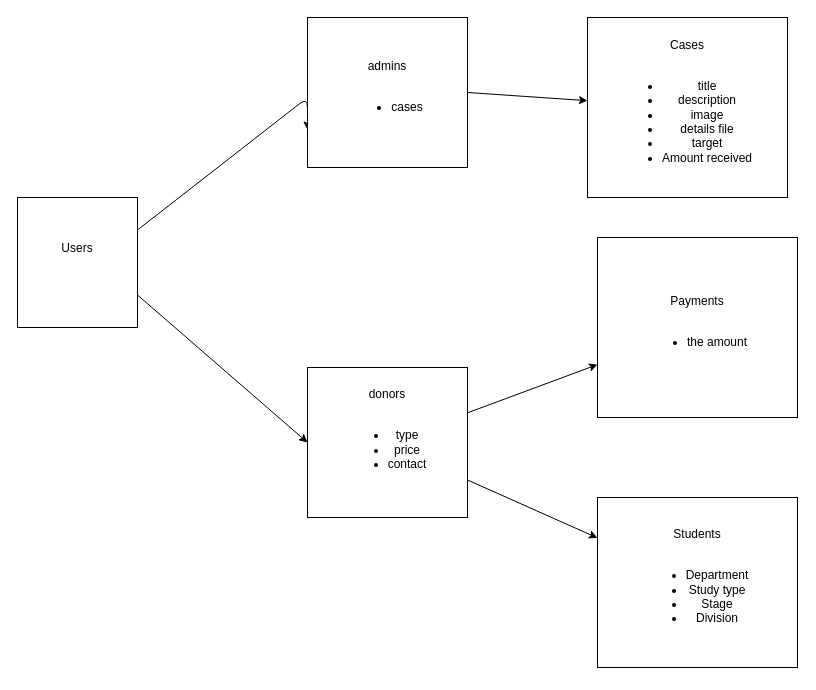
Before: db_draw/main.drawio in Gruce/abdulkareem-for-charity, a draw.io diagram. Source tidied: cells renumbered, new cells numbered last; positions are measured from the earlier drawing's top-left corner, leaving out a move shared by most shapes. Both pictures are drawn from the tidied source at 100%, with x=0, y=0 at pixel (17, 17).
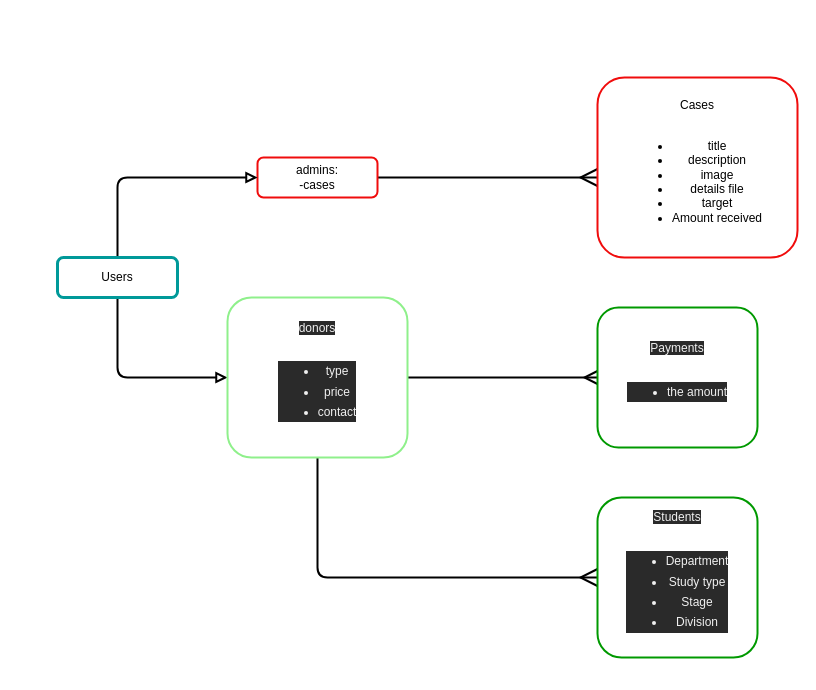
The same diagram, later.

The edit, as a diff of the source:
```diff
@@
 <mxGraphModel>
   <root>
     <mxCell id="0" />
     <mxCell id="1" parent="0" />
-    <mxCell id="2" style="edgeStyle=none;html=1;exitX=1;exitY=0.25;exitDx=0;exitDy=0;entryX=0;entryY=0.75;entryDx=0;entryDy=0;" parent="1" edge="1" source="4" target="9">
-      <mxGeometry relative="1" as="geometry">
-        <Array as="points">
-          <mxPoint x="290" y="80" />
-        </Array>
-      </mxGeometry>
-    </mxCell>
+    <mxCell id="13" style="edgeStyle=none;html=1;exitX=1;exitY=0.5;exitDx=0;exitDy=0;strokeWidth=2;endArrow=ERmany;endFill=0;endSize=14;" parent="1" edge="1" source="14">
+      <mxGeometry relative="1" as="geometry">
+        <mxPoint x="580" y="160" as="targetPoint" />
+      </mxGeometry>
+    </mxCell>
+    <mxCell id="14" value="&lt;span&gt;admins:&lt;br&gt;&lt;/span&gt;&lt;span&gt;-cases&lt;/span&gt;&lt;span&gt;&lt;br&gt;&lt;/span&gt;" style="rounded=1;whiteSpace=wrap;html=1;strokeColor=#F00C0C;strokeWidth=2;" parent="1" vertex="1">
+      <mxGeometry x="240" y="140" width="120" height="40" as="geometry" />
+    </mxCell>
+    <mxCell id="15" style="edgeStyle=none;html=1;exitX=0.5;exitY=0;exitDx=0;exitDy=0;entryX=0;entryY=0.5;entryDx=0;entryDy=0;strokeWidth=2;endArrow=block;endFill=0;endSize=7;" parent="1" edge="1" source="4" target="14">
+      <mxGeometry relative="1" as="geometry">
+        <Array as="points">
+          <mxPoint x="100" y="160" />
+        </Array>
+      </mxGeometry>
+    </mxCell>
-    <mxCell id="3" style="edgeStyle=none;html=1;exitX=1;exitY=0.75;exitDx=0;exitDy=0;entryX=0;entryY=0.5;entryDx=0;entryDy=0;" parent="1" edge="1" source="4" target="7">
-      <mxGeometry relative="1" as="geometry" />
+    <mxCell id="3" style="edgeStyle=none;html=1;exitX=0.5;exitY=1;exitDx=0;exitDy=0;entryX=0;entryY=0.5;entryDx=0;entryDy=0;strokeWidth=2;endArrow=block;endFill=0;endSize=7;" parent="1" edge="1" source="4" target="7">
+      <mxGeometry relative="1" as="geometry">
+        <Array as="points">
+          <mxPoint x="100" y="360" />
+        </Array>
+      </mxGeometry>
     </mxCell>
-    <mxCell id="4" value="Users&lt;br&gt;&lt;br&gt;&amp;nbsp;" style="whiteSpace=wrap;html=1;" parent="1" vertex="1">
-      <mxGeometry y="180" width="120" height="130" as="geometry" />
+    <mxCell id="4" value="Users" style="rounded=1;whiteSpace=wrap;html=1;strokeWidth=3;strokeColor=#009999;" parent="1" vertex="1">
+      <mxGeometry x="40" y="240" width="120" height="40" as="geometry" />
     </mxCell>
+    <mxCell id="11" value="&lt;span&gt;Cases&lt;/span&gt;&lt;br&gt;&lt;br&gt;&lt;ul&gt;&lt;li&gt;title&lt;/li&gt;&lt;li&gt;description&lt;/li&gt;&lt;li&gt;image&lt;/li&gt;&lt;li&gt;details file&lt;/li&gt;&lt;li&gt;target&lt;/li&gt;&lt;li&gt;Amount received&lt;/li&gt;&lt;/ul&gt;" style="rounded=1;whiteSpace=wrap;html=1;strokeWidth=2;strokeColor=#F00C0C;" parent="1" vertex="1">
+      <mxGeometry x="580" y="60" width="200" height="180" as="geometry" />
+    </mxCell>
+    <mxCell id="6" style="edgeStyle=none;html=1;exitX=0.5;exitY=1;exitDx=0;exitDy=0;entryX=0;entryY=0.5;entryDx=0;entryDy=0;strokeWidth=2;endArrow=ERmany;endFill=0;endSize=14;" parent="1" edge="1" source="7" target="10">
+      <mxGeometry relative="1" as="geometry">
+        <Array as="points">
+          <mxPoint x="300" y="560" />
+        </Array>
+      </mxGeometry>
+    </mxCell>
-    <mxCell id="5" style="edgeStyle=none;html=1;" parent="1" edge="1" source="7" target="12">
+    <mxCell id="5" style="edgeStyle=none;html=1;exitX=1;exitY=0.5;exitDx=0;exitDy=0;entryX=0;entryY=0.5;entryDx=0;entryDy=0;strokeWidth=2;endArrow=ERmany;endFill=0;endSize=10;" parent="1" edge="1" source="7" target="12">
       <mxGeometry relative="1" as="geometry" />
     </mxCell>
-    <mxCell id="6" style="edgeStyle=none;html=1;exitX=1;exitY=0.75;exitDx=0;exitDy=0;" parent="1" edge="1" source="7" target="10">
-      <mxGeometry relative="1" as="geometry" />
-    </mxCell>
-    <mxCell id="7" value="donors&lt;br&gt;&lt;br&gt;&lt;ul&gt;&lt;li&gt;type&lt;/li&gt;&lt;li&gt;price&lt;/li&gt;&lt;li&gt;contact&lt;/li&gt;&lt;/ul&gt;&amp;nbsp;" style="whiteSpace=wrap;html=1;" parent="1" vertex="1">
-      <mxGeometry x="290" y="350" width="160" height="150" as="geometry" />
+    <mxCell id="7" value="&#10;&#10;&lt;span style=&quot;color: rgb(240, 240, 240); font-family: helvetica; font-size: 12px; font-style: normal; font-weight: 400; letter-spacing: normal; text-align: center; text-indent: 0px; text-transform: none; word-spacing: 0px; background-color: rgb(42, 42, 42); display: inline; float: none;&quot;&gt;donors&lt;/span&gt;&lt;br style=&quot;color: rgb(240, 240, 240); font-family: helvetica; font-size: 12px; font-style: normal; font-weight: 400; letter-spacing: normal; text-align: center; text-indent: 0px; text-transform: none; word-spacing: 0px; background-color: rgb(42, 42, 42);&quot;&gt;&lt;br style=&quot;color: rgb(240, 240, 240); font-family: helvetica; font-size: 12px; font-style: normal; font-weight: 400; letter-spacing: normal; text-align: center; text-indent: 0px; text-transform: none; word-spacing: 0px; background-color: rgb(42, 42, 42);&quot;&gt;&lt;ul style=&quot;color: rgb(240, 240, 240); font-family: helvetica; font-size: 12px; font-style: normal; font-weight: 400; letter-spacing: normal; text-align: center; text-indent: 0px; text-transform: none; word-spacing: 0px; background-color: rgb(42, 42, 42);&quot;&gt;&lt;li style=&quot;padding: 3px 0px&quot;&gt;type&lt;/li&gt;&lt;li style=&quot;padding: 3px 0px&quot;&gt;price&lt;/li&gt;&lt;li style=&quot;padding: 3px 0px&quot;&gt;contact&lt;/li&gt;&lt;/ul&gt;&#10;&#10;" style="rounded=1;whiteSpace=wrap;html=1;strokeWidth=2;strokeColor=#8FF08B;" parent="1" vertex="1">
+      <mxGeometry x="210" y="280" width="180" height="160" as="geometry" />
     </mxCell>
-    <mxCell id="8" style="edgeStyle=none;html=1;exitX=1;exitY=0.5;exitDx=0;exitDy=0;" parent="1" edge="1" source="9" target="11">
-      <mxGeometry relative="1" as="geometry" />
-    </mxCell>
-    <mxCell id="9" value="admins&lt;br&gt;&lt;br&gt;&lt;ul&gt;&lt;li&gt;cases&lt;/li&gt;&lt;/ul&gt;" style="whiteSpace=wrap;html=1;" parent="1" vertex="1">
-      <mxGeometry x="290" width="160" height="150" as="geometry" />
-    </mxCell>
+    <mxCell id="12" value="&#10;&#10;&lt;span style=&quot;color: rgb(240, 240, 240); font-family: helvetica; font-size: 12px; font-style: normal; font-weight: 400; letter-spacing: normal; text-align: center; text-indent: 0px; text-transform: none; word-spacing: 0px; background-color: rgb(42, 42, 42); display: inline; float: none;&quot;&gt;Payments&lt;/span&gt;&lt;br style=&quot;color: rgb(240, 240, 240); font-family: helvetica; font-size: 12px; font-style: normal; font-weight: 400; letter-spacing: normal; text-align: center; text-indent: 0px; text-transform: none; word-spacing: 0px; background-color: rgb(42, 42, 42);&quot;&gt;&lt;br style=&quot;color: rgb(240, 240, 240); font-family: helvetica; font-size: 12px; font-style: normal; font-weight: 400; letter-spacing: normal; text-align: center; text-indent: 0px; text-transform: none; word-spacing: 0px; background-color: rgb(42, 42, 42);&quot;&gt;&lt;ul style=&quot;color: rgb(240, 240, 240); font-family: helvetica; font-size: 12px; font-style: normal; font-weight: 400; letter-spacing: normal; text-align: center; text-indent: 0px; text-transform: none; word-spacing: 0px; background-color: rgb(42, 42, 42);&quot;&gt;&lt;li style=&quot;padding: 3px 0px&quot;&gt;the amount&lt;/li&gt;&lt;/ul&gt;&#10;&#10;" style="rounded=1;whiteSpace=wrap;html=1;strokeWidth=2;strokeColor=#009900;" parent="1" vertex="1">
+      <mxGeometry x="580" y="290" width="160" height="140" as="geometry" />
+    </mxCell>
-    <mxCell id="10" value="Students&lt;br&gt;&lt;br&gt;&lt;ul&gt;&lt;li&gt;Department&lt;/li&gt;&lt;li&gt;Study type&lt;br&gt;&lt;/li&gt;&lt;li&gt;Stage&lt;/li&gt;&lt;li&gt;Division&lt;/li&gt;&lt;/ul&gt;" style="whiteSpace=wrap;html=1;" parent="1" vertex="1">
-      <mxGeometry x="580" y="480" width="200" height="170" as="geometry" />
+    <mxCell id="10" value="&#10;&#10;&lt;span style=&quot;color: rgb(240, 240, 240); font-family: helvetica; font-size: 12px; font-style: normal; font-weight: 400; letter-spacing: normal; text-align: center; text-indent: 0px; text-transform: none; word-spacing: 0px; background-color: rgb(42, 42, 42); display: inline; float: none;&quot;&gt;Students&lt;/span&gt;&lt;br style=&quot;color: rgb(240, 240, 240); font-family: helvetica; font-size: 12px; font-style: normal; font-weight: 400; letter-spacing: normal; text-align: center; text-indent: 0px; text-transform: none; word-spacing: 0px; background-color: rgb(42, 42, 42);&quot;&gt;&lt;br style=&quot;color: rgb(240, 240, 240); font-family: helvetica; font-size: 12px; font-style: normal; font-weight: 400; letter-spacing: normal; text-align: center; text-indent: 0px; text-transform: none; word-spacing: 0px; background-color: rgb(42, 42, 42);&quot;&gt;&lt;ul style=&quot;color: rgb(240, 240, 240); font-family: helvetica; font-size: 12px; font-style: normal; font-weight: 400; letter-spacing: normal; text-align: center; text-indent: 0px; text-transform: none; word-spacing: 0px; background-color: rgb(42, 42, 42);&quot;&gt;&lt;li style=&quot;padding: 3px 0px&quot;&gt;Department&lt;/li&gt;&lt;li style=&quot;padding: 3px 0px&quot;&gt;Study type&lt;br&gt;&lt;/li&gt;&lt;li style=&quot;padding: 3px 0px&quot;&gt;Stage&lt;/li&gt;&lt;li style=&quot;padding: 3px 0px&quot;&gt;Division&lt;/li&gt;&lt;/ul&gt;&#10;&#10;" style="rounded=1;whiteSpace=wrap;html=1;strokeWidth=2;strokeColor=#009900;fillColor=default;" parent="1" vertex="1">
+      <mxGeometry x="580" y="480" width="160" height="160" as="geometry" />
     </mxCell>
-    <mxCell id="11" value="Cases&lt;br&gt;&lt;br&gt;&lt;ul&gt;&lt;li&gt;title&lt;/li&gt;&lt;li&gt;description&lt;/li&gt;&lt;li&gt;image&lt;/li&gt;&lt;li&gt;details file&lt;/li&gt;&lt;li&gt;target&lt;/li&gt;&lt;li&gt;Amount received&lt;br&gt;&lt;/li&gt;&lt;/ul&gt;" style="whiteSpace=wrap;html=1;" parent="1" vertex="1">
-      <mxGeometry x="570" width="200" height="180" as="geometry" />
-    </mxCell>
-    <mxCell id="12" value="Payments&lt;br&gt;&lt;br&gt;&lt;ul&gt;&lt;li&gt;the amount&lt;/li&gt;&lt;/ul&gt;" style="whiteSpace=wrap;html=1;" parent="1" vertex="1">
-      <mxGeometry x="580" y="220" width="200" height="180" as="geometry" />
-    </mxCell>
   </root>
 </mxGraphModel>
```
